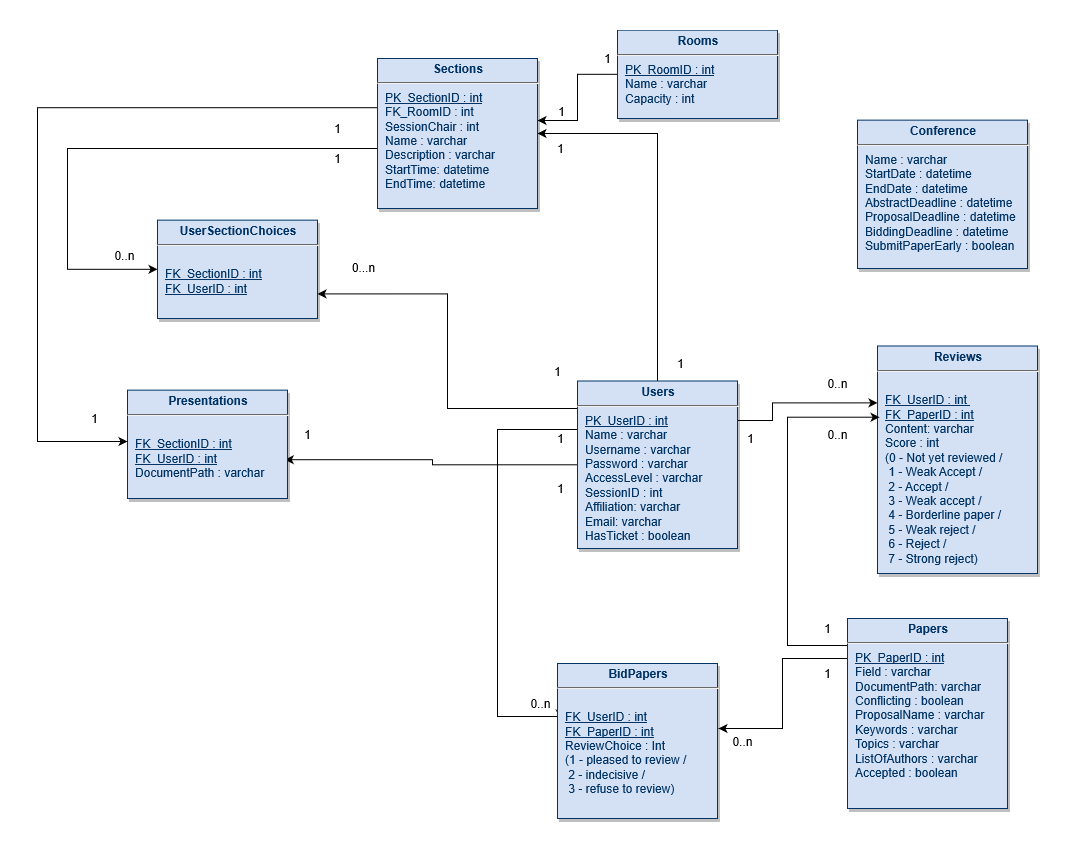
Before: documents/images/Database Diagram.png, a diagram exported from draw.io (horatiu-udrea/RuntimeTerror). Source tidied: cells renumbered, new cells last; positions are measured from the earlier drawing's top-left corner, leaving out a move shared by most shapes.
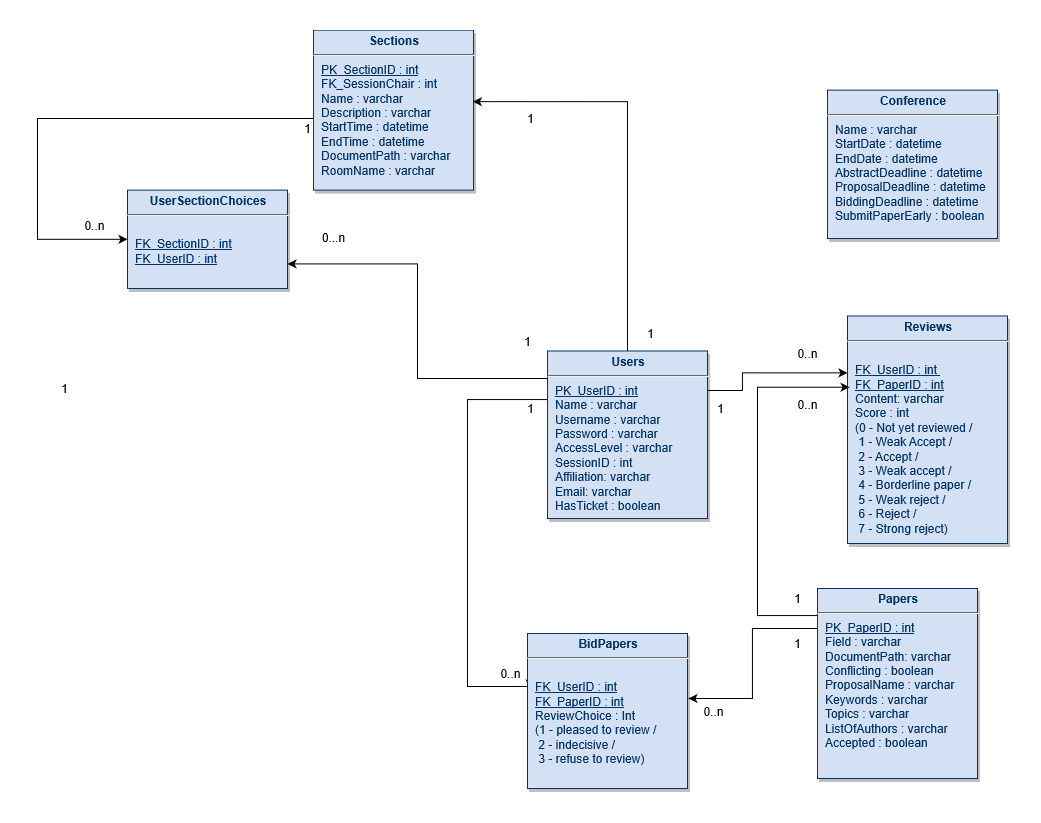
Later version of the same file.

What changed in the source:
```diff
@@ -2,22 +2,6 @@
   <root>
     <mxCell id="0" />
     <mxCell id="1" parent="0" />
-    <mxCell id="2" style="edgeStyle=orthogonalEdgeStyle;rounded=0;jettySize=auto;html=1;exitX=0;exitY=0.5;exitDx=0;exitDy=0;" parent="1" edge="1" source="4" target="17">
-      <mxGeometry relative="1" as="geometry">
-        <Array as="points">
-          <mxPoint x="540" y="44" />
-          <mxPoint x="540" y="90" />
-        </Array>
-      </mxGeometry>
-    </mxCell>
-    <mxCell id="3" value="1" style="text;html=1;align=center;verticalAlign=middle;labelBackgroundColor=#ffffff;" parent="2" vertex="1">
-      <mxGeometry x="0.84" y="12" relative="1" as="geometry">
-        <mxPoint x="13.5" y="-22" as="offset" />
-      </mxGeometry>
-    </mxCell>
-    <mxCell id="4" value="&lt;p style=&quot;margin: 4px 0px 0px ; text-align: center&quot;&gt;&lt;strong&gt;Rooms&lt;/strong&gt;&lt;strong&gt;&lt;u&gt;&lt;/u&gt;&lt;br&gt;&lt;/strong&gt;&lt;/p&gt;&lt;hr&gt;&lt;p style=&quot;margin: 0px ; margin-left: 8px&quot;&gt;&lt;u&gt;PK_RoomID : int&lt;/u&gt;&lt;br&gt;Name : varchar&lt;/p&gt;&lt;p style=&quot;margin: 0px ; margin-left: 8px&quot;&gt;Capacity : int&lt;br&gt;&lt;/p&gt;" style="verticalAlign=top;align=left;overflow=fill;fontSize=12;fontFamily=Helvetica;html=1;strokeColor=#003366;shadow=1;fillColor=#D4E1F5;fontColor=#003366;" parent="1" vertex="1">
-      <mxGeometry x="580" y="-0.4" width="160" height="88.4" as="geometry" />
-    </mxCell>
     <mxCell id="5" style="edgeStyle=orthogonalEdgeStyle;rounded=0;jettySize=auto;html=1;exitX=0.003;exitY=0.386;exitDx=0;exitDy=0;entryX=0.016;entryY=0.356;entryDx=0;entryDy=0;exitPerimeter=0;entryPerimeter=0;" parent="1" edge="1" source="11" target="14">
       <mxGeometry relative="1" as="geometry">
         <Array as="points">
@@ -41,10 +25,10 @@
         </Array>
       </mxGeometry>
     </mxCell>
-    <mxCell id="8" style="edgeStyle=orthogonalEdgeStyle;rounded=0;jettySize=auto;html=1;entryX=1;entryY=0.5;entryDx=0;entryDy=0;" parent="1" edge="1" source="11" target="17">
+    <mxCell id="8" style="edgeStyle=orthogonalEdgeStyle;rounded=0;jettySize=auto;html=1;entryX=0.996;entryY=0.447;entryDx=0;entryDy=0;entryPerimeter=0;" parent="1" edge="1" source="11" target="17">
       <mxGeometry relative="1" as="geometry">
         <Array as="points">
-          <mxPoint x="620" y="103" />
+          <mxPoint x="620" y="101" />
         </Array>
       </mxGeometry>
     </mxCell>
@@ -56,30 +40,15 @@
         </Array>
       </mxGeometry>
     </mxCell>
-    <mxCell id="10" style="edgeStyle=orthogonalEdgeStyle;rounded=0;jettySize=auto;html=1;entryX=0.983;entryY=0.642;entryDx=0;entryDy=0;entryPerimeter=0;" parent="1" edge="1" source="11" target="12">
-      <mxGeometry relative="1" as="geometry" />
-    </mxCell>
     <mxCell id="11" value="&lt;p style=&quot;margin: 4px 0px 0px ; text-align: center&quot;&gt;&lt;strong&gt;Users&lt;/strong&gt;&lt;/p&gt;&lt;hr&gt;&lt;p style=&quot;margin: 0px ; margin-left: 8px&quot;&gt;&lt;u&gt;PK_UserID : int&lt;/u&gt;&lt;/p&gt;&lt;p style=&quot;margin: 0px ; margin-left: 8px&quot;&gt;Name : varchar&lt;/p&gt;&lt;p style=&quot;margin: 0px ; margin-left: 8px&quot;&gt;Username : varchar&lt;/p&gt;&lt;p style=&quot;margin: 0px ; margin-left: 8px&quot;&gt;Password : varchar&lt;/p&gt;&lt;p style=&quot;margin: 0px ; margin-left: 8px&quot;&gt;AccessLevel : varchar&lt;/p&gt;&lt;p style=&quot;margin: 0px ; margin-left: 8px&quot;&gt;SessionID : int&lt;/p&gt;&lt;p style=&quot;margin: 0px ; margin-left: 8px&quot;&gt;Affiliation: varchar&lt;/p&gt;&lt;p style=&quot;margin: 0px ; margin-left: 8px&quot;&gt;Email: varchar&lt;/p&gt;&lt;p style=&quot;margin: 0px ; margin-left: 8px&quot;&gt;HasTicket : boolean&lt;/p&gt;&lt;p style=&quot;margin: 0px ; margin-left: 8px&quot;&gt;&lt;br&gt;&lt;/p&gt;&lt;p style=&quot;margin: 0px ; margin-left: 8px&quot;&gt;&lt;br&gt;&lt;/p&gt;" style="verticalAlign=top;align=left;overflow=fill;fontSize=12;fontFamily=Helvetica;html=1;strokeColor=#003366;shadow=1;fillColor=#D4E1F5;fontColor=#003366;" parent="1" vertex="1">
       <mxGeometry x="540" y="350.5" width="160" height="167.5" as="geometry" />
     </mxCell>
-    <mxCell id="12" value="&lt;p style=&quot;margin: 4px 0px 0px ; text-align: center&quot;&gt;&lt;strong&gt;Presentations&lt;/strong&gt;&lt;strong&gt;&lt;u&gt;&lt;/u&gt;&lt;br&gt;&lt;/strong&gt;&lt;/p&gt;&lt;hr&gt;&lt;p style=&quot;margin: 0px ; margin-left: 8px&quot;&gt;&lt;u&gt;&lt;/u&gt;&lt;br&gt;&lt;/p&gt;&lt;p style=&quot;margin: 0px ; margin-left: 8px&quot;&gt;&lt;u&gt;FK_SectionID : int&lt;/u&gt;&lt;/p&gt;&lt;p style=&quot;margin: 0px ; margin-left: 8px&quot;&gt;&lt;u&gt;FK_UserID : int&lt;/u&gt;&lt;/p&gt;&lt;p style=&quot;margin: 0px ; margin-left: 8px&quot;&gt;DocumentPath : varchar&lt;/p&gt;&lt;p style=&quot;margin: 0px ; margin-left: 8px&quot;&gt;&lt;br&gt;&lt;/p&gt;" style="verticalAlign=top;align=left;overflow=fill;fontSize=12;fontFamily=Helvetica;html=1;strokeColor=#003366;shadow=1;fillColor=#D4E1F5;fontColor=#003366;" parent="1" vertex="1">
-      <mxGeometry x="90" y="359.6" width="160" height="108.4" as="geometry" />
-    </mxCell>
     <mxCell id="13" value="&lt;p style=&quot;margin: 4px 0px 0px ; text-align: center&quot;&gt;&lt;strong&gt;Reviews&lt;/strong&gt;&lt;strong&gt;&lt;u&gt;&lt;/u&gt;&lt;br&gt;&lt;/strong&gt;&lt;/p&gt;&lt;hr&gt;&lt;p style=&quot;margin: 0px ; margin-left: 8px&quot;&gt;&lt;br&gt;&lt;/p&gt;&lt;p style=&quot;margin: 0px ; margin-left: 8px&quot;&gt;&lt;u&gt;FK_UserID : int&amp;nbsp;&lt;/u&gt;&lt;/p&gt;&lt;p style=&quot;margin: 0px ; margin-left: 8px&quot;&gt;&lt;u&gt;FK_PaperID : int&lt;/u&gt;&lt;/p&gt;&lt;p style=&quot;margin: 0px ; margin-left: 8px&quot;&gt;Content: varchar&lt;/p&gt;&lt;p style=&quot;margin: 0px ; margin-left: 8px&quot;&gt;Score : int&lt;/p&gt;&lt;p style=&quot;margin: 0px 0px 0px 8px ; text-align: left ; text-transform: none ; text-indent: 0px ; letter-spacing: normal ; font-family: &amp;#34;helvetica&amp;#34; ; font-size: 12px ; font-style: normal ; font-variant: normal ; font-weight: 400 ; text-decoration: none ; word-spacing: 0px&quot;&gt;(0 - Not yet reviewed /&lt;/p&gt;&lt;p style=&quot;margin: 0px 0px 0px 8px ; text-align: left ; text-transform: none ; text-indent: 0px ; letter-spacing: normal ; font-family: &amp;#34;helvetica&amp;#34; ; font-size: 12px ; font-style: normal ; font-variant: normal ; font-weight: 400 ; text-decoration: none ; word-spacing: 0px&quot;&gt;&amp;nbsp;1 - Weak Accept /&lt;/p&gt;&lt;p style=&quot;margin: 0px 0px 0px 8px ; text-align: left ; text-transform: none ; text-indent: 0px ; letter-spacing: normal ; font-family: &amp;#34;helvetica&amp;#34; ; font-size: 12px ; font-style: normal ; font-variant: normal ; font-weight: 400 ; text-decoration: none ; word-spacing: 0px&quot;&gt;&amp;nbsp;2 - Accept /&lt;/p&gt;&lt;p style=&quot;margin: 0px 0px 0px 8px ; text-align: left ; text-transform: none ; text-indent: 0px ; letter-spacing: normal ; font-family: &amp;#34;helvetica&amp;#34; ; font-size: 12px ; font-style: normal ; font-variant: normal ; font-weight: 400 ; text-decoration: none ; word-spacing: 0px&quot;&gt;&amp;nbsp;3 - Weak accept /&lt;/p&gt;&lt;p style=&quot;margin: 0px 0px 0px 8px ; text-align: left ; text-transform: none ; text-indent: 0px ; letter-spacing: normal ; font-family: &amp;#34;helvetica&amp;#34; ; font-size: 12px ; font-style: normal ; font-variant: normal ; font-weight: 400 ; text-decoration: none ; word-spacing: 0px&quot;&gt;&amp;nbsp;4 - Borderline paper /&lt;/p&gt;&lt;p style=&quot;margin: 0px 0px 0px 8px ; text-align: left ; text-transform: none ; text-indent: 0px ; letter-spacing: normal ; font-family: &amp;#34;helvetica&amp;#34; ; font-size: 12px ; font-style: normal ; font-variant: normal ; font-weight: 400 ; text-decoration: none ; word-spacing: 0px&quot;&gt;&amp;nbsp;5 - Weak reject /&lt;/p&gt;&lt;p style=&quot;margin: 0px 0px 0px 8px ; text-align: left ; text-transform: none ; text-indent: 0px ; letter-spacing: normal ; font-family: &amp;#34;helvetica&amp;#34; ; font-size: 12px ; font-style: normal ; font-variant: normal ; font-weight: 400 ; text-decoration: none ; word-spacing: 0px&quot;&gt;&amp;nbsp;6 - Reject /&lt;/p&gt;&lt;p style=&quot;margin: 0px 0px 0px 8px ; text-align: left ; text-transform: none ; text-indent: 0px ; letter-spacing: normal ; font-family: &amp;#34;helvetica&amp;#34; ; font-size: 12px ; font-style: normal ; font-variant: normal ; font-weight: 400 ; text-decoration: none ; word-spacing: 0px&quot;&gt;&amp;nbsp;7 - Strong reject)&lt;/p&gt;&lt;p style=&quot;margin: 0px ; margin-left: 8px&quot;&gt;&lt;b&gt;&lt;/b&gt;&lt;i&gt;&lt;/i&gt;&lt;u&gt;&lt;/u&gt;&lt;sub&gt;&lt;/sub&gt;&lt;sup&gt;&lt;/sup&gt;&lt;strike&gt;&lt;/strike&gt;&lt;br&gt;&lt;/p&gt;" style="verticalAlign=top;align=left;overflow=fill;fontSize=12;fontFamily=Helvetica;html=1;strokeColor=#003366;shadow=1;fillColor=#D4E1F5;fontColor=#003366;" parent="1" vertex="1">
       <mxGeometry x="840" y="315.5" width="160" height="227.5" as="geometry" />
     </mxCell>
     <mxCell id="14" value="&lt;p style=&quot;margin: 4px 0px 0px ; text-align: center&quot;&gt;&lt;strong&gt;BidPapers&lt;/strong&gt;&lt;strong&gt;&lt;u&gt;&lt;/u&gt;&lt;br&gt;&lt;/strong&gt;&lt;/p&gt;&lt;hr&gt;&lt;p style=&quot;margin: 0px ; margin-left: 8px&quot;&gt;&lt;br&gt;&lt;/p&gt;&lt;p style=&quot;margin: 0px ; margin-left: 8px&quot;&gt;&lt;u&gt;FK_UserID : int&lt;/u&gt;&lt;/p&gt;&lt;p style=&quot;margin: 0px ; margin-left: 8px&quot;&gt;&lt;u&gt;FK_PaperID : int&lt;/u&gt;&lt;/p&gt;&lt;p style=&quot;margin: 0px ; margin-left: 8px&quot;&gt;ReviewChoice : Int&amp;nbsp;&lt;/p&gt;&lt;p style=&quot;margin: 0px ; margin-left: 8px&quot;&gt;(1 - pleased to review /&lt;/p&gt;&lt;p style=&quot;margin: 0px ; margin-left: 8px&quot;&gt;&amp;nbsp;2 - indecisive /&lt;/p&gt;&lt;p style=&quot;margin: 0px ; margin-left: 8px&quot;&gt;&amp;nbsp;3 - refuse to review)&lt;br&gt;&lt;/p&gt;" style="verticalAlign=top;align=left;overflow=fill;fontSize=12;fontFamily=Helvetica;html=1;strokeColor=#003366;shadow=1;fillColor=#D4E1F5;fontColor=#003366;" parent="1" vertex="1">
       <mxGeometry x="520" y="633" width="160" height="155" as="geometry" />
     </mxCell>
-    <mxCell id="15" style="edgeStyle=orthogonalEdgeStyle;rounded=0;jettySize=auto;html=1;exitX=0.019;exitY=0.328;exitDx=0;exitDy=0;exitPerimeter=0;" parent="1" edge="1" source="17">
-      <mxGeometry relative="1" as="geometry">
-        <mxPoint x="90" y="411" as="targetPoint" />
-        <Array as="points">
-          <mxPoint y="77" />
-          <mxPoint y="411" />
-        </Array>
-      </mxGeometry>
-    </mxCell>
     <mxCell id="16" style="edgeStyle=orthogonalEdgeStyle;rounded=0;jettySize=auto;html=1;entryX=0;entryY=0.5;entryDx=0;entryDy=0;" parent="1" edge="1" source="17" target="31">
       <mxGeometry relative="1" as="geometry">
         <Array as="points">
@@ -88,8 +57,8 @@
         </Array>
       </mxGeometry>
     </mxCell>
-    <mxCell id="17" value="&lt;p style=&quot;margin: 4px 0px 0px ; text-align: center&quot;&gt;&lt;strong&gt;Sections&lt;/strong&gt;&lt;strong&gt;&lt;u&gt;&lt;/u&gt;&lt;br&gt;&lt;/strong&gt;&lt;/p&gt;&lt;hr&gt;&lt;p style=&quot;margin: 0px ; margin-left: 8px&quot;&gt;&lt;u&gt;PK_SectionID : int&lt;/u&gt;&lt;/p&gt;&lt;p style=&quot;margin: 0px ; margin-left: 8px&quot;&gt;FK_RoomID : int&lt;/p&gt;&lt;p style=&quot;margin: 0px ; margin-left: 8px&quot;&gt;SessionChair : int&lt;/p&gt;&lt;p style=&quot;margin: 0px ; margin-left: 8px&quot;&gt;Name : varchar&lt;/p&gt;&lt;p style=&quot;margin: 0px ; margin-left: 8px&quot;&gt;Description : varchar&lt;/p&gt;&lt;p style=&quot;margin: 0px ; margin-left: 8px&quot;&gt;StartTime: datetime&lt;/p&gt;&lt;p style=&quot;margin: 0px ; margin-left: 8px&quot;&gt;EndTime: datetime&lt;/p&gt;&lt;p style=&quot;margin: 0px ; margin-left: 8px&quot;&gt;&lt;br&gt;&lt;/p&gt;&lt;p style=&quot;margin: 0px ; margin-left: 8px&quot;&gt;&lt;br&gt;&lt;/p&gt;&lt;p style=&quot;margin: 0px ; margin-left: 8px&quot;&gt;&lt;br&gt;&lt;/p&gt;" style="verticalAlign=top;align=left;overflow=fill;fontSize=12;fontFamily=Helvetica;html=1;strokeColor=#003366;shadow=1;fillColor=#D4E1F5;fontColor=#003366;" parent="1" vertex="1">
-      <mxGeometry x="340" y="28" width="160" height="150" as="geometry" />
+    <mxCell id="17" value="&lt;p style=&quot;margin: 4px 0px 0px ; text-align: center&quot;&gt;&lt;strong&gt;Sections&lt;/strong&gt;&lt;strong&gt;&lt;u&gt;&lt;/u&gt;&lt;br&gt;&lt;/strong&gt;&lt;/p&gt;&lt;hr&gt;&lt;p style=&quot;margin: 0px ; margin-left: 8px&quot;&gt;&lt;u&gt;PK_SectionID : int&lt;/u&gt;&lt;br&gt;&lt;/p&gt;&lt;p style=&quot;margin: 0px ; margin-left: 8px&quot;&gt;FK_SessionChair : int&lt;/p&gt;&lt;p style=&quot;margin: 0px ; margin-left: 8px&quot;&gt;Name : varchar&lt;/p&gt;&lt;p style=&quot;margin: 0px ; margin-left: 8px&quot;&gt;Description : varchar&lt;/p&gt;&lt;p style=&quot;margin: 0px ; margin-left: 8px&quot;&gt;StartTime : datetime&lt;/p&gt;&lt;p style=&quot;margin: 0px ; margin-left: 8px&quot;&gt;EndTime : datetime&lt;/p&gt;&lt;p style=&quot;margin: 0px ; margin-left: 8px&quot;&gt;DocumentPath : varchar&lt;/p&gt;&lt;p style=&quot;margin: 0px ; margin-left: 8px&quot;&gt;RoomName : varchar&lt;/p&gt;&lt;p style=&quot;margin: 0px ; margin-left: 8px&quot;&gt;&lt;br&gt;&lt;/p&gt;&lt;p style=&quot;margin: 0px ; margin-left: 8px&quot;&gt;&lt;br&gt;&lt;/p&gt;&lt;p style=&quot;margin: 0px ; margin-left: 8px&quot;&gt;&lt;br&gt;&lt;/p&gt;" style="verticalAlign=top;align=left;overflow=fill;fontSize=12;fontFamily=Helvetica;html=1;strokeColor=#003366;shadow=1;fillColor=#D4E1F5;fontColor=#003366;" parent="1" vertex="1">
+      <mxGeometry x="306" y="29.6" width="160" height="160" as="geometry" />
     </mxCell>
     <mxCell id="18" style="edgeStyle=orthogonalEdgeStyle;rounded=0;jettySize=auto;html=1;exitX=0;exitY=0.25;exitDx=0;exitDy=0;" parent="1" edge="1" source="21">
       <mxGeometry relative="1" as="geometry">
@@ -118,9 +87,6 @@
     <mxCell id="21" value="&lt;p style=&quot;margin: 4px 0px 0px ; text-align: center&quot;&gt;&lt;strong&gt;Papers&lt;/strong&gt;&lt;strong&gt;&lt;u&gt;&lt;/u&gt;&lt;br&gt;&lt;/strong&gt;&lt;/p&gt;&lt;hr&gt;&lt;p style=&quot;margin: 0px ; margin-left: 8px&quot;&gt;&lt;u&gt;PK_PaperID : int&lt;/u&gt;&lt;br&gt;&lt;/p&gt;&lt;p style=&quot;margin: 0px ; margin-left: 8px&quot;&gt;Field : varchar&lt;/p&gt;&lt;p style=&quot;margin: 0px ; margin-left: 8px&quot;&gt;DocumentPath: varchar&lt;br&gt;&lt;/p&gt;&lt;p style=&quot;margin: 0px ; margin-left: 8px&quot;&gt;Conflicting : boolean&lt;/p&gt;&lt;p style=&quot;margin: 0px ; margin-left: 8px&quot;&gt;ProposalName : varchar&lt;/p&gt;&lt;p style=&quot;margin: 0px ; margin-left: 8px&quot;&gt;Keywords : varchar&lt;/p&gt;&lt;p style=&quot;margin: 0px ; margin-left: 8px&quot;&gt;Topics : varchar&lt;/p&gt;&lt;p style=&quot;margin: 0px ; margin-left: 8px&quot;&gt;ListOfAuthors : varchar&lt;br&gt;&lt;/p&gt;&lt;p style=&quot;margin: 0px ; margin-left: 8px&quot;&gt;Accepted : boolean&lt;/p&gt;&lt;p style=&quot;margin: 0px ; margin-left: 8px&quot;&gt;&lt;br&gt;&lt;/p&gt;" style="verticalAlign=top;align=left;overflow=fill;fontSize=12;fontFamily=Helvetica;html=1;strokeColor=#003366;shadow=1;fillColor=#D4E1F5;fontColor=#003366;" parent="1" vertex="1">
       <mxGeometry x="810" y="588" width="160" height="190" as="geometry" />
     </mxCell>
-    <mxCell id="22" value="1&lt;br&gt;" style="text;html=1;align=center;verticalAlign=middle;" parent="1" vertex="1">
-      <mxGeometry x="560" y="18" width="20" height="20" as="geometry" />
-    </mxCell>
     <mxCell id="23" value="1" style="text;html=1;align=center;verticalAlign=middle;" parent="1" vertex="1">
       <mxGeometry x="513" y="398" width="20" height="20" as="geometry" />
     </mxCell>
@@ -136,9 +102,6 @@
     <mxCell id="27" value="0..n&lt;br&gt;" style="text;html=1;align=center;verticalAlign=middle;" parent="1" vertex="1">
       <mxGeometry x="780" y="394.2" width="40" height="20" as="geometry" />
     </mxCell>
-    <mxCell id="28" value="1" style="text;html=1;align=center;verticalAlign=middle;" parent="1" vertex="1">
-      <mxGeometry x="290" y="88" width="20" height="20" as="geometry" />
-    </mxCell>
     <mxCell id="29" value="1" style="text;html=1;align=center;verticalAlign=middle;" parent="1" vertex="1">
       <mxGeometry x="47" y="378" width="20" height="20" as="geometry" />
     </mxCell>
@@ -166,12 +129,6 @@
     <mxCell id="37" value="0...n" style="text;html=1;align=center;verticalAlign=middle;" parent="1" vertex="1">
       <mxGeometry x="306" y="227" width="40" height="20" as="geometry" />
     </mxCell>
-    <mxCell id="38" value="1&lt;br&gt;" style="text;html=1;align=center;verticalAlign=middle;" parent="1" vertex="1">
-      <mxGeometry x="513" y="448" width="20" height="20" as="geometry" />
-    </mxCell>
-    <mxCell id="39" value="1" style="text;html=1;align=center;verticalAlign=middle;" parent="1" vertex="1">
-      <mxGeometry x="260" y="394.2" width="20" height="20" as="geometry" />
-    </mxCell>
     <mxCell id="40" value="&lt;p style=&quot;margin: 4px 0px 0px ; text-align: center&quot;&gt;&lt;b&gt;Conference&lt;/b&gt;&lt;/p&gt;&lt;hr&gt;&lt;p style=&quot;margin: 0px ; margin-left: 8px&quot;&gt;Name : varchar&lt;/p&gt;&lt;p style=&quot;margin: 0px ; margin-left: 8px&quot;&gt;StartDate : datetime&lt;/p&gt;&lt;p style=&quot;margin: 0px ; margin-left: 8px&quot;&gt;EndDate : datetime&lt;/p&gt;&lt;p style=&quot;margin: 0px ; margin-left: 8px&quot;&gt;AbstractDeadline : datetime&lt;/p&gt;&lt;p style=&quot;margin: 0px ; margin-left: 8px&quot;&gt;ProposalDeadline : datetime&lt;/p&gt;&lt;p style=&quot;margin: 0px ; margin-left: 8px&quot;&gt;BiddingDeadline : datetime&lt;/p&gt;&lt;p style=&quot;margin: 0px ; margin-left: 8px&quot;&gt;SubmitPaperEarly : boolean&lt;/p&gt;&lt;p style=&quot;margin: 0px ; margin-left: 8px&quot;&gt;&lt;br&gt;&lt;/p&gt;&lt;p style=&quot;margin: 0px ; margin-left: 8px&quot;&gt;&lt;br&gt;&lt;/p&gt;" style="verticalAlign=top;align=left;overflow=fill;fontSize=12;fontFamily=Helvetica;html=1;strokeColor=#003366;shadow=1;fillColor=#D4E1F5;fontColor=#003366;" parent="1" vertex="1">
       <mxGeometry x="820" y="89.6" width="170" height="148.4" as="geometry" />
     </mxCell>
```
